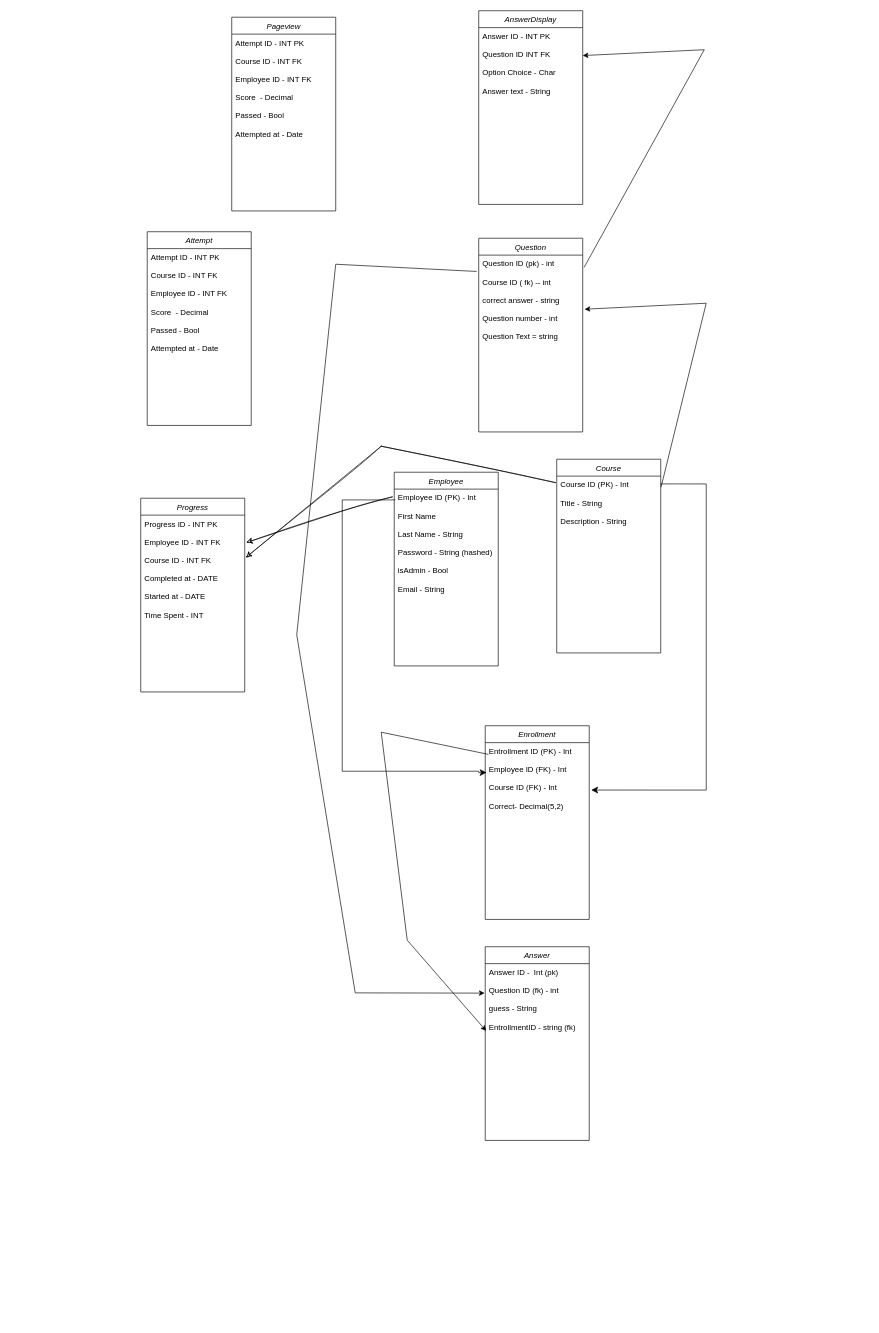
Above: SkilltronicsDatabaseDiagram.drawio in Dylan-Hoang03/Skilltronics (draw.io), before the change. Source tidied: cells renumbered, new cells numbered last; positions are measured from the earlier drawing's top-left corner, leaving out a move shared by most shapes. Both pictures are drawn from the tidied source at 65%, with x=0, y=0 at pixel (140, 10).
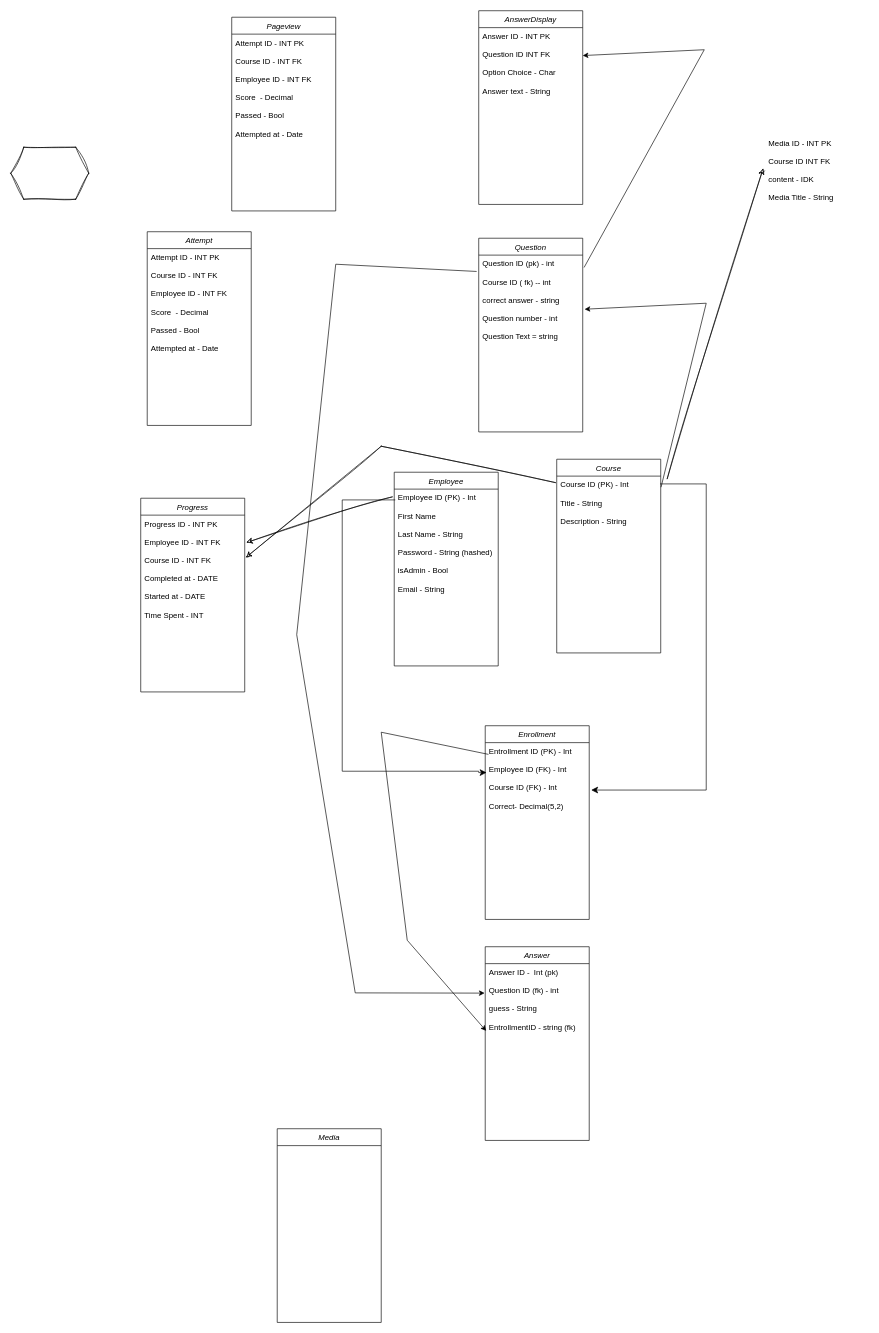
The same diagram, later.

Diff of the diagram source:
```diff
@@
+    <mxCell id="37" value="Media" style="swimlane;fontStyle=2;align=center;verticalAlign=top;horizontal=1;startSize=26;rounded=0;shadow=0;strokeWidth=1;" parent="1" vertex="1">
+      <mxGeometry x="210" y="1720" width="160" height="298" as="geometry" />
+    </mxCell>
+    <mxCell id="38" value="&#10;&#10;&#10;" style="text;align=left;verticalAlign=top;spacingLeft=4;spacingRight=4;overflow=hidden;rounded=0;shadow=0;html=0;fontColor=default;" parent="37" vertex="1">
+      <mxGeometry y="26" width="160" height="28" as="geometry" />
+    </mxCell>
+    <mxCell id="39" value="Media ID - INT PK&#10;&#10;Course ID INT FK&#10;&#10;content - IDK&#10;&#10;Media Title - String" style="text;align=left;verticalAlign=top;spacingLeft=4;spacingRight=4;overflow=hidden;points=[[0,0.5],[1,0.5]];portConstraint=eastwest;fontColor=default;" parent="1" vertex="1">
+      <mxGeometry x="960" y="190" width="160" height="244" as="geometry" />
+    </mxCell>
+    <mxCell id="40" style="endArrow=classic;html=1;rounded=0;sketch=1;hachureGap=4;jiggle=2;curveFitting=1;fontFamily=Architects Daughter;entryX=-0.016;entryY=0.217;entryDx=0;entryDy=0;entryPerimeter=0;" parent="1" edge="1" target="39">
+      <mxGeometry relative="1" as="geometry">
+        <mxPoint x="810" y="720" as="sourcePoint" />
+      </mxGeometry>
+    </mxCell>
+    <mxCell id="41" style="shape=hexagon;perimeter=hexagonPerimeter2;whiteSpace=wrap;html=1;fixedSize=1;sketch=1;hachureGap=4;jiggle=2;curveFitting=1;fontFamily=Architects Daughter;" parent="1" vertex="1">
+      <mxGeometry x="-200" y="210" width="120" height="80" as="geometry" />
+    </mxCell>
```
